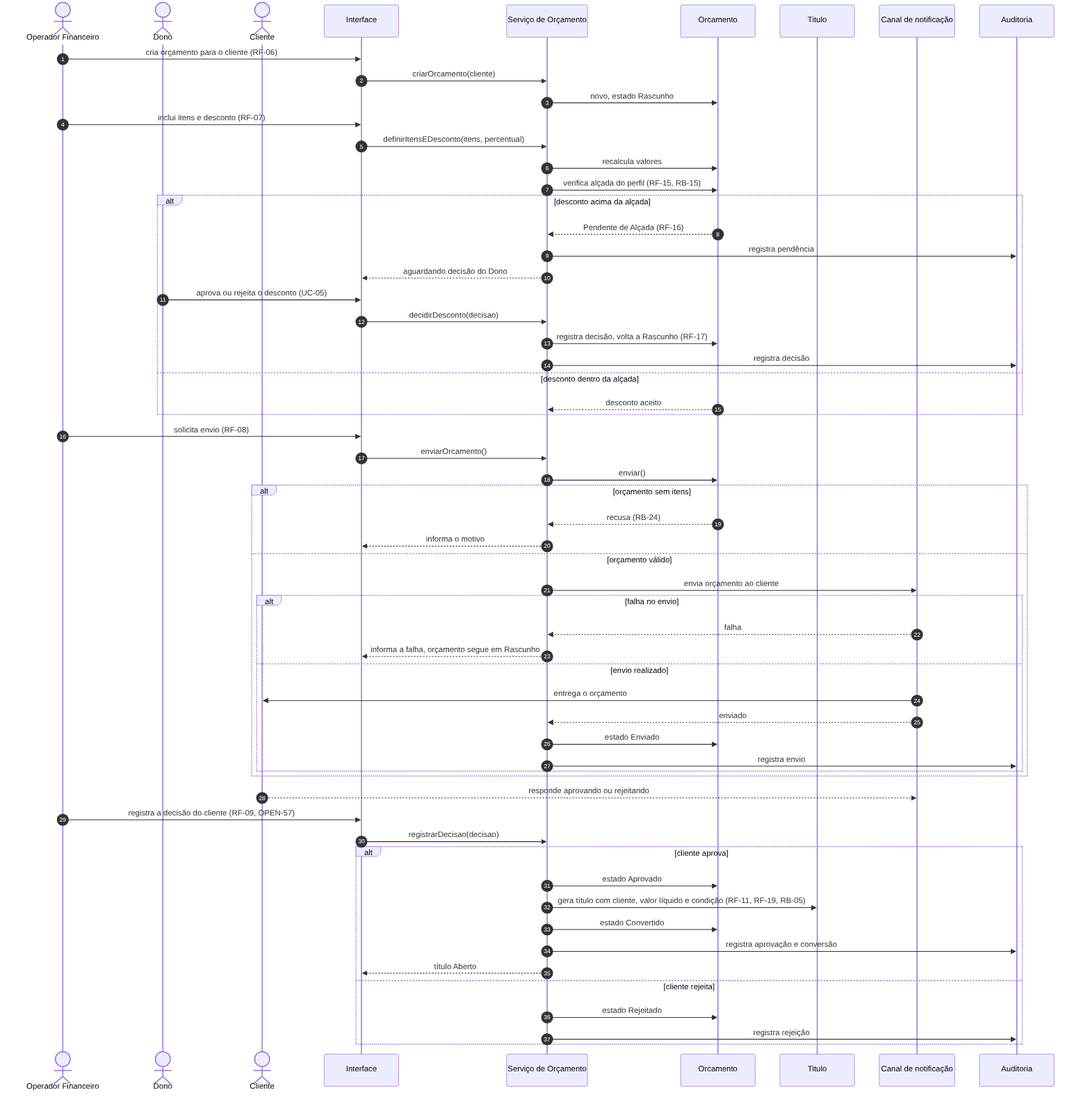
Before: docs/uml/seq-UC-04.png, a diagram exported from Mermaid (pedroguerra0603/Projeto_RemindMe). Its source is kept beside it as docs/uml/seq-UC-04.mmd.
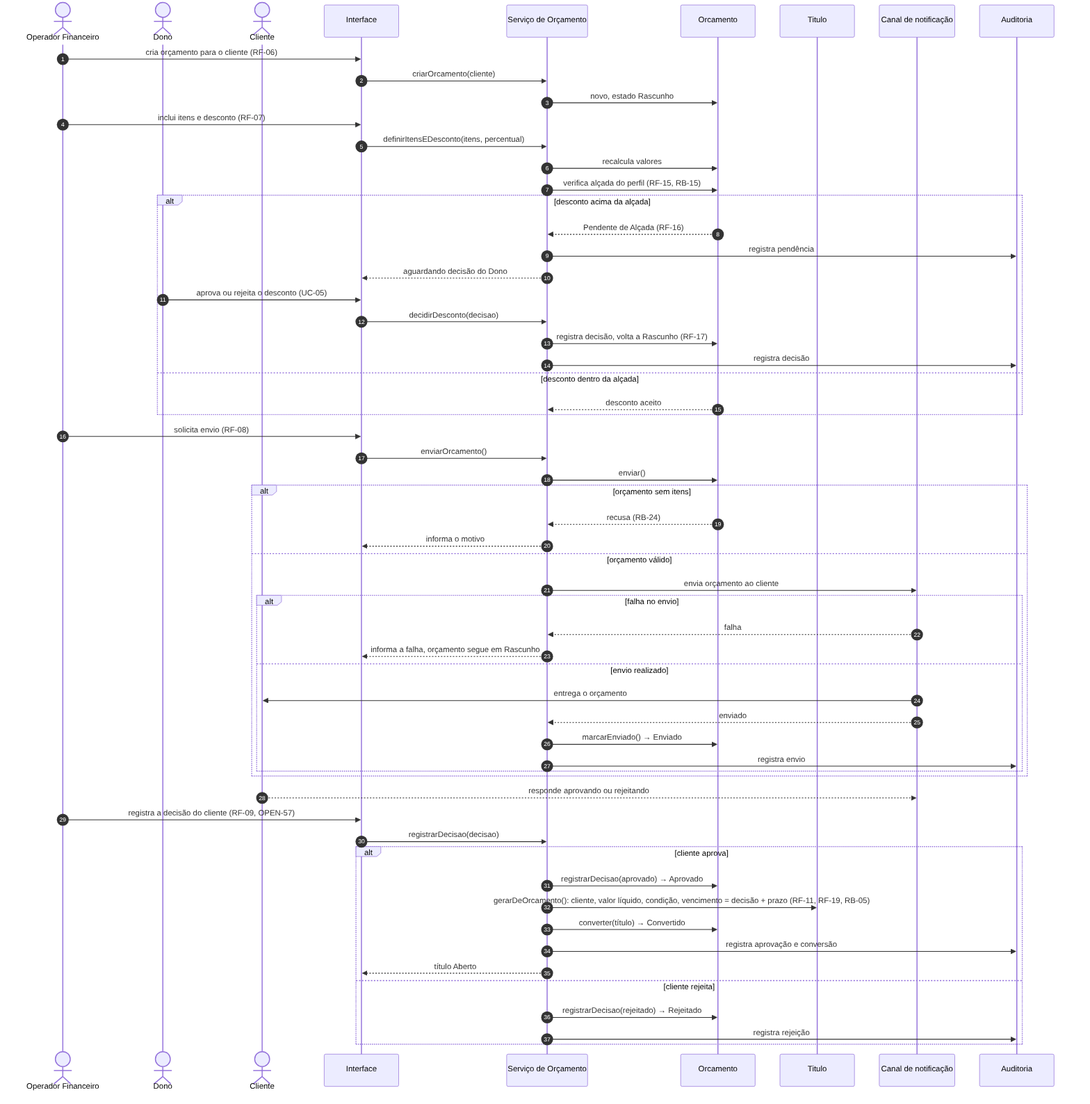
Later version of the same file.

Diff of the diagram source:
```diff
@@ -45,7 +45,7 @@
         else envio realizado
             Canal->>Cliente: entrega o orçamento
             Canal-->>App: enviado
-            App->>Orc: estado Enviado
+            App->>Orc: marcarEnviado() → Enviado
             App->>Aud: registra envio
         end
     end
@@ -55,12 +55,12 @@
     UI->>App: registrarDecisao(decisao)
 
     alt cliente aprova
-        App->>Orc: estado Aprovado
-        App->>Tit: gera título com cliente, valor líquido e condição (RF-11, RF-19, RB-05)
-        App->>Orc: estado Convertido
+        App->>Orc: registrarDecisao(aprovado) → Aprovado
+        App->>Tit: gerarDeOrcamento(): cliente, valor líquido, condição, vencimento = decisão + prazo (RF-11, RF-19, RB-05)
+        App->>Orc: converter(título) → Convertido
         App->>Aud: registra aprovação e conversão
         App-->>UI: título Aberto
     else cliente rejeita
-        App->>Orc: estado Rejeitado
+        App->>Orc: registrarDecisao(rejeitado) → Rejeitado
         App->>Aud: registra rejeição
     end
```
